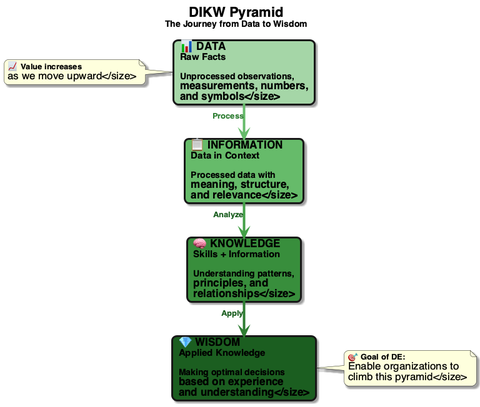
Above: diagrams/week01/week1_data_to_wisdom.png in OrPerets/data-engineering-course (PlantUML), before the change. Source of this version:
```plantuml
@startuml
top to bottom direction
skinparam defaultFontName "Segoe UI, Helvetica, sans-serif"
skinparam defaultFontSize 17
skinparam roundcorner 15
skinparam shadowing true
skinparam linetype ortho
skinparam nodesep 45
skinparam ranksep 55

skinparam card {
    FontStyle bold
    Padding 32
    BorderThickness 3
}

skinparam arrow {
    Thickness 3.5
    FontSize 13
}

title <size:22><b>DIKW Pyramid</b></size>\n<size:14>The Journey from Data to Wisdom</size>

card "💎 **WISDOM**\n<size:15>Applied Knowledge</size>\n\n<size:14>Making optimal decisions\nbased on experience\nand understanding</size>" as W #1B5E20 {
}

card "🧠 **KNOWLEDGE**\n<size:15>Skills + Information</size>\n\n<size:14>Understanding patterns,\nprinciples, and\nrelationships</size>" as K #388E3C {
}

card "📋 **INFORMATION**\n<size:15>Data in Context</size>\n\n<size:14>Processed data with\nmeaning, structure,\nand relevance</size>" as I #66BB6A {
}

card "📊 **DATA**\n<size:15>Raw Facts</size>\n\n<size:14>Unprocessed observations,\nmeasurements, numbers,\nand symbols</size>" as D #A5D6A7 {
}

D -[#66BB6A,thickness=4]-> I : <size:13><color:#2E7D32>**Process**</color></size>
I -[#43A047,thickness=4]-> K : <size:13><color:#1B5E20>**Analyze**</color></size>
K -[#2E7D32,thickness=4]-> W : <size:13><color:#1B5E20>**Apply**</color></size>

note right of W
  <size:13><b>🎯 Goal of DE:</b>
  Enable organizations to
  climb this pyramid</size>
end note

note left of D
  <size:13><b>📈 Value increases</b>
  as we move upward</size>
end note

@enduml
```
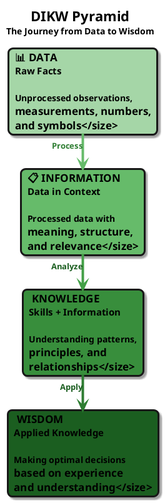
Later version of the same file.

What changed in the source:
```diff
@@ -21,31 +21,16 @@
 
 title <size:22><b>DIKW Pyramid</b></size>\n<size:14>The Journey from Data to Wisdom</size>
 
-card "💎 **WISDOM**\n<size:15>Applied Knowledge</size>\n\n<size:14>Making optimal decisions\nbased on experience\nand understanding</size>" as W #1B5E20 {
-}
+card "💎 **WISDOM**\n<size:15>Applied Knowledge</size>\n\n<size:14>Making optimal decisions\nbased on experience\nand understanding</size>" as W #1B5E20
 
-card "🧠 **KNOWLEDGE**\n<size:15>Skills + Information</size>\n\n<size:14>Understanding patterns,\nprinciples, and\nrelationships</size>" as K #388E3C {
-}
+card "🧠 **KNOWLEDGE**\n<size:15>Skills + Information</size>\n\n<size:14>Understanding patterns,\nprinciples, and\nrelationships</size>" as K #388E3C
 
-card "📋 **INFORMATION**\n<size:15>Data in Context</size>\n\n<size:14>Processed data with\nmeaning, structure,\nand relevance</size>" as I #66BB6A {
-}
+card "📋 **INFORMATION**\n<size:15>Data in Context</size>\n\n<size:14>Processed data with\nmeaning, structure,\nand relevance</size>" as I #66BB6A
 
-card "📊 **DATA**\n<size:15>Raw Facts</size>\n\n<size:14>Unprocessed observations,\nmeasurements, numbers,\nand symbols</size>" as D #A5D6A7 {
-}
+card "📊 **DATA**\n<size:15>Raw Facts</size>\n\n<size:14>Unprocessed observations,\nmeasurements, numbers,\nand symbols</size>" as D #A5D6A7
 
 D -[#66BB6A,thickness=4]-> I : <size:13><color:#2E7D32>**Process**</color></size>
 I -[#43A047,thickness=4]-> K : <size:13><color:#1B5E20>**Analyze**</color></size>
 K -[#2E7D32,thickness=4]-> W : <size:13><color:#1B5E20>**Apply**</color></size>
 
-note right of W
-  <size:13><b>🎯 Goal of DE:</b>
-  Enable organizations to
-  climb this pyramid</size>
-end note
-
-note left of D
-  <size:13><b>📈 Value increases</b>
-  as we move upward</size>
-end note
-
 @enduml
```
